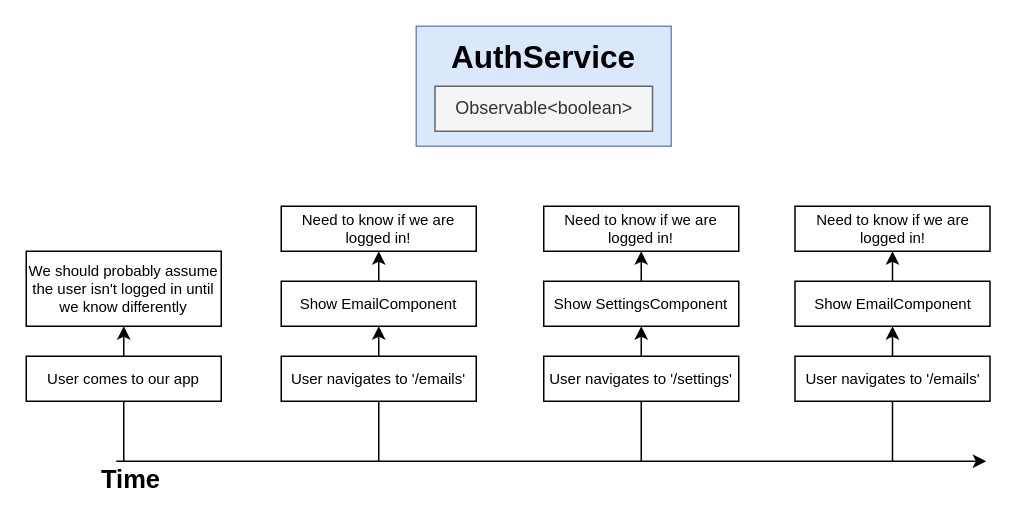
StephenGrider/ng-casts keeps this draw.io diagram as page "18 - b" (20 of 23) of diagrams/auth/diagrams.drawio. Above is the earlier version. Source tidied: cells renumbered, new cells numbered last; positions are measured from the earlier drawing's top-left corner, leaving out a move shared by most shapes. Both pictures are drawn from the tidied source at 150%, with x=0, y=0 at pixel (26, 26).
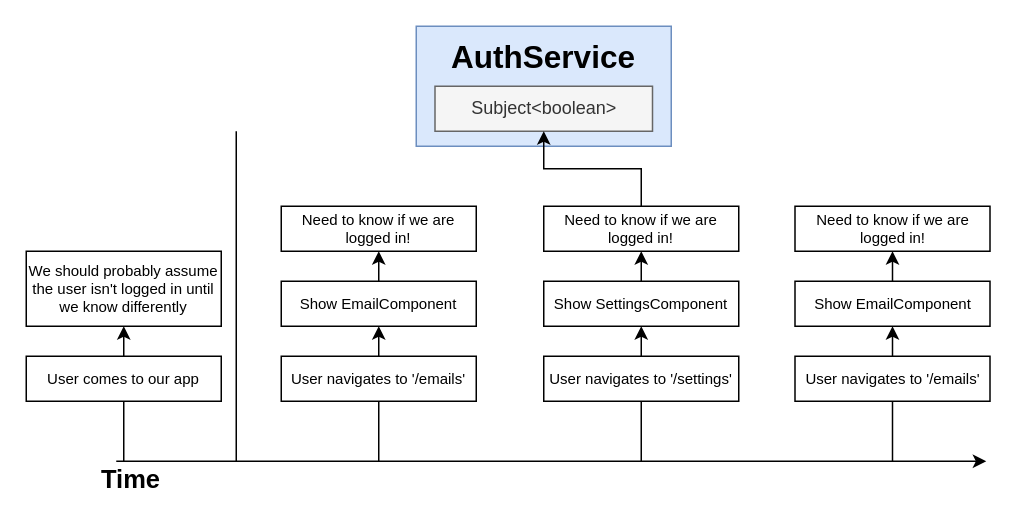
The same page after the edit.

Unchanged cells that the change refers to:
```xml
<mxCell id="18" value="Need to know if we are logged in!" style="rounded=0;whiteSpace=wrap;html=1;fontSize=10;align=center;" parent="1" vertex="1">
  <mxGeometry x="345" y="120" width="130" height="30" as="geometry" />
</mxCell>
```

The edit, as a diff of the source:
```diff
@@
-    <mxCell id="4" value="Observable&amp;lt;boolean&amp;gt;" style="rounded=0;whiteSpace=wrap;html=1;fontSize=12;align=center;fillColor=#f5f5f5;strokeColor=#666666;fontColor=#333333;" parent="1" vertex="1">
+    <mxCell id="4" value="Subject&amp;lt;boolean&amp;gt;" style="rounded=0;whiteSpace=wrap;html=1;fontSize=12;align=center;fillColor=#f5f5f5;strokeColor=#666666;fontColor=#333333;" parent="1" vertex="1">
       <mxGeometry x="272.5" y="40" width="145" height="30" as="geometry" />
     </mxCell>
@@
+    <mxCell id="29" style="edgeStyle=orthogonalEdgeStyle;rounded=0;jettySize=auto;html=1;exitX=0.5;exitY=0;exitDx=0;exitDy=0;fontSize=16;" parent="1" edge="1" source="18" target="4">
+      <mxGeometry relative="1" as="geometry" />
+    </mxCell>
@@
+    <mxCell id="30" style="endArrow=none;html=1;fontSize=17;" parent="1" edge="1">
+      <mxGeometry relative="1" as="geometry">
+        <mxPoint x="140" y="290" as="sourcePoint" />
+        <mxPoint x="140" y="70" as="targetPoint" />
+      </mxGeometry>
+    </mxCell>
```
